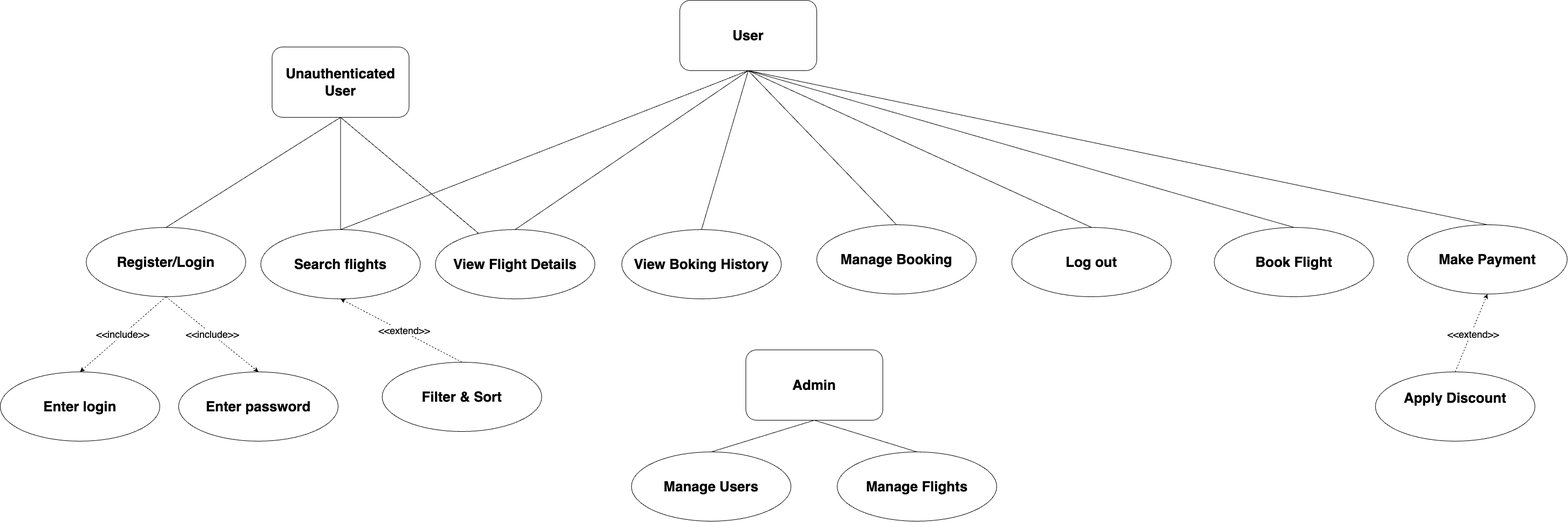
Before: UML/use-case.png, a diagram exported from draw.io (VPG1/AirLineTicketTracker). Source tidied: cells renumbered, new cells last; positions are measured from the earlier drawing's top-left corner, leaving out a move shared by most shapes.
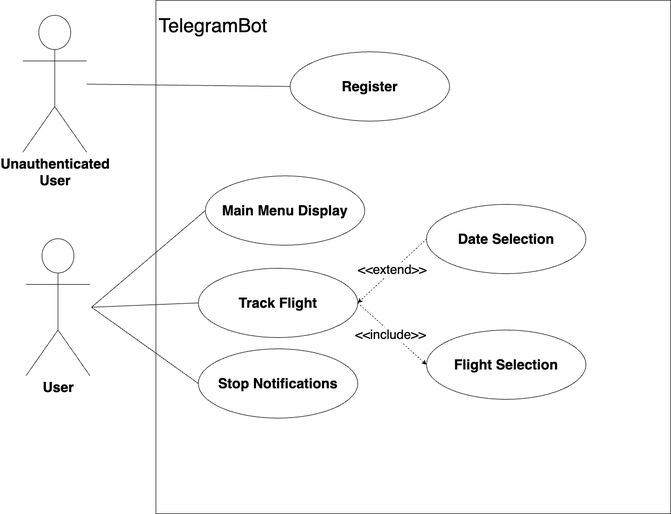
Above is the later version.

Change to the diagram source:
```diff
@@ -2,110 +2,65 @@
   <root>
     <mxCell id="0" />
     <mxCell id="1" parent="0" />
+    <mxCell id="16" style="endArrow=none;html=1;rounded=0;fontSize=12;startSize=8;endSize=8;curved=1;exitX=1;exitY=0.5;exitDx=0;exitDy=0;entryX=0;entryY=0.5;entryDx=0;entryDy=0;" parent="1" edge="1" target="11">
+      <mxGeometry relative="1" as="geometry">
+        <mxPoint x="564" y="581.5" as="sourcePoint" />
+      </mxGeometry>
+    </mxCell>
+    <mxCell id="17" style="endArrow=none;html=1;rounded=0;fontSize=12;startSize=8;endSize=8;curved=1;entryX=0;entryY=0.5;entryDx=0;entryDy=0;exitX=1;exitY=0.5;exitDx=0;exitDy=0;" parent="1" edge="1" target="12">
+      <mxGeometry relative="1" as="geometry">
+        <mxPoint x="564" y="581.5" as="sourcePoint" />
+      </mxGeometry>
+    </mxCell>
+    <mxCell id="19" style="endArrow=none;html=1;rounded=0;fontSize=12;startSize=8;endSize=8;curved=1;exitX=1;exitY=0.5;exitDx=0;exitDy=0;entryX=0;entryY=0.5;entryDx=0;entryDy=0;" parent="1" edge="1" target="14">
+      <mxGeometry relative="1" as="geometry">
+        <mxPoint x="564" y="581.5" as="sourcePoint" />
+      </mxGeometry>
+    </mxCell>
+    <mxCell id="22" style="endArrow=none;html=1;rounded=0;fontSize=12;startSize=8;endSize=8;curved=1;entryX=0;entryY=0.5;entryDx=0;entryDy=0;" parent="1" edge="1" source="2" target="21">
+      <mxGeometry relative="1" as="geometry" />
+    </mxCell>
-    <mxCell id="2" value="&lt;b&gt;&lt;font style=&quot;font-size: 26px;&quot;&gt;Unauthenticated User&lt;/font&gt;&lt;/b&gt;" style="rounded=1;whiteSpace=wrap;html=1;" parent="1" vertex="1">
-      <mxGeometry x="506" y="87" width="255" height="131" as="geometry" />
+    <mxCell id="2" value="&lt;b style=&quot;text-wrap-mode: wrap;&quot;&gt;&lt;font style=&quot;font-size: 26px;&quot;&gt;Unauthenticated User&lt;/font&gt;&lt;/b&gt;" style="shape=umlActor;verticalLabelPosition=bottom;verticalAlign=top;html=1;outlineConnect=0;" parent="1" vertex="1">
+      <mxGeometry x="436" y="38" width="119" height="255" as="geometry" />
     </mxCell>
-    <mxCell id="3" style="endArrow=none;html=1;rounded=0;fontSize=12;startSize=8;endSize=8;curved=1;exitX=0.5;exitY=1;exitDx=0;exitDy=0;" parent="1" edge="1" source="2" target="4">
-      <mxGeometry relative="1" as="geometry" />
-    </mxCell>
-    <mxCell id="4" value="&lt;font size=&quot;1&quot; style=&quot;&quot;&gt;&lt;b style=&quot;font-size: 26px;&quot;&gt;Search flights&lt;/b&gt;&lt;/font&gt;" style="ellipse;whiteSpace=wrap;html=1;" parent="1" vertex="1">
-      <mxGeometry x="485" y="427" width="297" height="129" as="geometry" />
-    </mxCell>
-    <mxCell id="5" value="&lt;font size=&quot;1&quot; style=&quot;&quot;&gt;&lt;b style=&quot;font-size: 26px;&quot;&gt;View Flight Details&lt;/b&gt;&lt;/font&gt;" style="ellipse;whiteSpace=wrap;html=1;" parent="1" vertex="1">
-      <mxGeometry x="810" y="427" width="297" height="129" as="geometry" />
-    </mxCell>
-    <mxCell id="6" value="&lt;span style=&quot;font-size: 26px;&quot;&gt;&lt;b&gt;User&lt;/b&gt;&lt;/span&gt;" style="rounded=1;whiteSpace=wrap;html=1;" parent="1" vertex="1">
-      <mxGeometry x="1265" width="255" height="131" as="geometry" />
+    <mxCell id="6" value="&lt;b style=&quot;text-wrap-mode: wrap;&quot;&gt;&lt;font style=&quot;font-size: 26px;&quot;&gt;User&lt;/font&gt;&lt;/b&gt;&lt;div&gt;&lt;b style=&quot;text-wrap-mode: wrap;&quot;&gt;&lt;font style=&quot;font-size: 26px;&quot;&gt;&lt;br&gt;&lt;/font&gt;&lt;/b&gt;&lt;/div&gt;" style="shape=umlActor;verticalLabelPosition=bottom;verticalAlign=top;html=1;outlineConnect=0;" parent="1" vertex="1">
+      <mxGeometry x="442" y="454" width="119" height="255" as="geometry" />
     </mxCell>
-    <mxCell id="7" value="&lt;b&gt;&lt;font style=&quot;font-size: 26px;&quot;&gt;Admin&lt;/font&gt;&lt;/b&gt;" style="rounded=1;whiteSpace=wrap;html=1;" parent="1" vertex="1">
-      <mxGeometry x="1388" y="651" width="255" height="131" as="geometry" />
-    </mxCell>
-    <mxCell id="8" style="endArrow=none;html=1;rounded=0;fontSize=12;startSize=8;endSize=8;curved=1;exitX=0.5;exitY=1;exitDx=0;exitDy=0;entryX=0.5;entryY=0;entryDx=0;entryDy=0;" parent="1" edge="1" source="6" target="4">
-      <mxGeometry relative="1" as="geometry" />
-    </mxCell>
-    <mxCell id="9" style="endArrow=none;html=1;rounded=0;fontSize=12;startSize=8;endSize=8;curved=1;exitX=0.5;exitY=1;exitDx=0;exitDy=0;" parent="1" edge="1" source="2" target="5">
-      <mxGeometry relative="1" as="geometry" />
-    </mxCell>
-    <mxCell id="10" style="endArrow=none;html=1;rounded=0;fontSize=12;startSize=8;endSize=8;curved=1;exitX=0.5;exitY=1;exitDx=0;exitDy=0;entryX=0.5;entryY=0;entryDx=0;entryDy=0;" parent="1" edge="1" source="6" target="5">
-      <mxGeometry relative="1" as="geometry" />
-    </mxCell>
+    <mxCell id="37" style="swimlane;startSize=0;" parent="1" vertex="1">
+      <mxGeometry x="684" y="10" width="959" height="956" as="geometry" />
+    </mxCell>
+    <mxCell id="21" value="&lt;span style=&quot;font-size: 26px;&quot;&gt;&lt;b&gt;Register&lt;/b&gt;&lt;/span&gt;" style="ellipse;whiteSpace=wrap;html=1;" parent="37" vertex="1">
+      <mxGeometry x="250" y="96" width="297" height="129" as="geometry" />
+    </mxCell>
-    <mxCell id="11" value="&lt;b style=&quot;&quot;&gt;&lt;font style=&quot;font-size: 26px;&quot;&gt;View Boking History&lt;/font&gt;&lt;/b&gt;" style="ellipse;whiteSpace=wrap;html=1;" parent="1" vertex="1">
-      <mxGeometry x="1157" y="427" width="297" height="129" as="geometry" />
+    <mxCell id="11" value="&lt;span style=&quot;font-size: 26px;&quot;&gt;&lt;b&gt;Main Menu Display&lt;/b&gt;&lt;/span&gt;" style="ellipse;whiteSpace=wrap;html=1;" parent="37" vertex="1">
+      <mxGeometry x="92" y="327" width="297" height="129" as="geometry" />
     </mxCell>
-    <mxCell id="12" value="&lt;b style=&quot;&quot;&gt;&lt;font style=&quot;font-size: 26px;&quot;&gt;Manage Booking&lt;/font&gt;&lt;/b&gt;" style="ellipse;whiteSpace=wrap;html=1;" parent="1" vertex="1">
-      <mxGeometry x="1520" y="418" width="297" height="129" as="geometry" />
+    <mxCell id="12" value="&lt;span style=&quot;font-size: 26px;&quot;&gt;&lt;b&gt;Track Flight&lt;/b&gt;&lt;/span&gt;" style="ellipse;whiteSpace=wrap;html=1;" parent="37" vertex="1">
+      <mxGeometry x="79" y="499" width="297" height="129" as="geometry" />
     </mxCell>
-    <mxCell id="13" value="&lt;b style=&quot;&quot;&gt;&lt;font style=&quot;font-size: 26px;&quot;&gt;Log out&lt;/font&gt;&lt;/b&gt;" style="ellipse;whiteSpace=wrap;html=1;" parent="1" vertex="1">
-      <mxGeometry x="1883" y="423" width="297" height="129" as="geometry" />
-    </mxCell>
-    <mxCell id="14" value="&lt;b style=&quot;&quot;&gt;&lt;font style=&quot;font-size: 26px;&quot;&gt;Book Flight&lt;/font&gt;&lt;/b&gt;" style="ellipse;whiteSpace=wrap;html=1;" parent="1" vertex="1">
-      <mxGeometry x="2260" y="423" width="297" height="129" as="geometry" />
+    <mxCell id="14" value="&lt;span style=&quot;font-size: 26px;&quot;&gt;&lt;b&gt;Stop Notifications&lt;/b&gt;&lt;/span&gt;" style="ellipse;whiteSpace=wrap;html=1;" parent="37" vertex="1">
+      <mxGeometry x="79" y="649" width="297" height="129" as="geometry" />
     </mxCell>
-    <mxCell id="15" value="&lt;font style=&quot;font-size: 26px;&quot;&gt;&lt;b style=&quot;&quot;&gt;&lt;font style=&quot;font-size: 26px;&quot;&gt;Make &lt;/font&gt;&lt;/b&gt;&lt;b style=&quot;&quot;&gt;Payment&lt;/b&gt;&lt;/font&gt;" style="ellipse;whiteSpace=wrap;html=1;" parent="1" vertex="1">
-      <mxGeometry x="2620" y="418" width="297" height="129" as="geometry" />
-    </mxCell>
-    <mxCell id="16" style="endArrow=none;html=1;rounded=0;fontSize=12;startSize=8;endSize=8;curved=1;exitX=0.5;exitY=1;exitDx=0;exitDy=0;entryX=0.5;entryY=0;entryDx=0;entryDy=0;" parent="1" edge="1" source="6" target="11">
-      <mxGeometry relative="1" as="geometry" />
-    </mxCell>
-    <mxCell id="17" style="endArrow=none;html=1;rounded=0;fontSize=12;startSize=8;endSize=8;curved=1;exitX=0.5;exitY=1;exitDx=0;exitDy=0;entryX=0.5;entryY=0;entryDx=0;entryDy=0;" parent="1" edge="1" source="6" target="12">
-      <mxGeometry relative="1" as="geometry" />
-    </mxCell>
-    <mxCell id="18" style="endArrow=none;html=1;rounded=0;fontSize=12;startSize=8;endSize=8;curved=1;exitX=0.5;exitY=1;exitDx=0;exitDy=0;entryX=0.5;entryY=0;entryDx=0;entryDy=0;" parent="1" edge="1" source="6" target="13">
-      <mxGeometry relative="1" as="geometry" />
-    </mxCell>
-    <mxCell id="19" style="endArrow=none;html=1;rounded=0;fontSize=12;startSize=8;endSize=8;curved=1;exitX=0.5;exitY=1;exitDx=0;exitDy=0;entryX=0.5;entryY=0;entryDx=0;entryDy=0;" parent="1" edge="1" source="6" target="14">
-      <mxGeometry relative="1" as="geometry" />
-    </mxCell>
-    <mxCell id="20" style="endArrow=none;html=1;rounded=0;fontSize=12;startSize=8;endSize=8;curved=1;exitX=0.5;exitY=1;exitDx=0;exitDy=0;entryX=0.5;entryY=0;entryDx=0;entryDy=0;" parent="1" edge="1" source="6" target="15">
-      <mxGeometry relative="1" as="geometry" />
-    </mxCell>
-    <mxCell id="21" value="&lt;b style=&quot;&quot;&gt;&lt;font style=&quot;font-size: 26px;&quot;&gt;Register/Login&lt;/font&gt;&lt;/b&gt;" style="ellipse;whiteSpace=wrap;html=1;" parent="1" vertex="1">
-      <mxGeometry x="160" y="423" width="297" height="129" as="geometry" />
-    </mxCell>
-    <mxCell id="22" style="endArrow=none;html=1;rounded=0;fontSize=12;startSize=8;endSize=8;curved=1;exitX=0.5;exitY=1;exitDx=0;exitDy=0;entryX=0.5;entryY=0;entryDx=0;entryDy=0;" parent="1" edge="1" source="2" target="21">
-      <mxGeometry relative="1" as="geometry" />
-    </mxCell>
-    <mxCell id="23" style="endArrow=none;html=1;rounded=0;fontSize=12;startSize=8;endSize=8;curved=1;exitX=0.5;exitY=1;exitDx=0;exitDy=0;entryX=0.5;entryY=0;entryDx=0;entryDy=0;" parent="1" edge="1" source="7" target="25">
-      <mxGeometry relative="1" as="geometry" />
-    </mxCell>
-    <mxCell id="24" style="endArrow=none;html=1;rounded=0;fontSize=12;startSize=8;endSize=8;curved=1;exitX=0.5;exitY=1;exitDx=0;exitDy=0;entryX=0.5;entryY=0;entryDx=0;entryDy=0;" parent="1" edge="1" source="7" target="26">
-      <mxGeometry relative="1" as="geometry" />
-    </mxCell>
-    <mxCell id="25" value="&lt;span style=&quot;font-size: 26px;&quot;&gt;&lt;b&gt;Manage Users&lt;/b&gt;&lt;/span&gt;" style="ellipse;whiteSpace=wrap;html=1;" parent="1" vertex="1">
-      <mxGeometry x="1175" y="841" width="297" height="129" as="geometry" />
-    </mxCell>
-    <mxCell id="26" value="&lt;font size=&quot;1&quot; style=&quot;&quot;&gt;&lt;b style=&quot;font-size: 26px;&quot;&gt;Manage Flights&lt;/b&gt;&lt;/font&gt;" style="ellipse;whiteSpace=wrap;html=1;" parent="1" vertex="1">
-      <mxGeometry x="1558" y="841" width="297" height="129" as="geometry" />
-    </mxCell>
-    <mxCell id="27" value="&lt;span style=&quot;font-size: 26px;&quot;&gt;&lt;b&gt;Enter password&lt;/b&gt;&lt;/span&gt;" style="ellipse;whiteSpace=wrap;html=1;" parent="1" vertex="1">
-      <mxGeometry x="332" y="692" width="297" height="129" as="geometry" />
-    </mxCell>
-    <mxCell id="28" value="&lt;font style=&quot;font-size: 18px;&quot;&gt;&amp;lt;&amp;lt;include&amp;gt;&amp;gt;&lt;/font&gt;" style="endArrow=classic;dashed=1;html=1;rounded=0;exitX=0.5;exitY=1;exitDx=0;exitDy=0;entryX=0.5;entryY=0;entryDx=0;entryDy=0;" parent="1" edge="1" source="21" target="27">
-      <mxGeometry relative="1" as="geometry" />
-    </mxCell>
-    <mxCell id="29" value="&lt;span style=&quot;font-size: 26px;&quot;&gt;&lt;b&gt;Enter login&lt;/b&gt;&lt;/span&gt;" style="ellipse;whiteSpace=wrap;html=1;" parent="1" vertex="1">
-      <mxGeometry y="692" width="297" height="129" as="geometry" />
-    </mxCell>
-    <mxCell id="30" value="&lt;font style=&quot;font-size: 18px;&quot;&gt;&amp;lt;&amp;lt;include&amp;gt;&amp;gt;&lt;/font&gt;" style="endArrow=classic;dashed=1;html=1;rounded=0;exitX=0.5;exitY=1;exitDx=0;exitDy=0;entryX=0.5;entryY=0;entryDx=0;entryDy=0;" parent="1" edge="1" source="21" target="29">
-      <mxGeometry relative="1" as="geometry" />
-    </mxCell>
+    <mxCell id="33" value="&lt;div&gt;&lt;span style=&quot;font-size: 26px;&quot;&gt;&lt;b&gt;Date Selection&lt;/b&gt;&lt;/span&gt;&lt;/div&gt;" style="ellipse;whiteSpace=wrap;html=1;" parent="37" vertex="1">
+      <mxGeometry x="504" y="380" width="297" height="129" as="geometry" />
+    </mxCell>
-    <mxCell id="31" style="endArrow=classic;dashed=1;html=1;rounded=0;entryX=0.5;entryY=1;entryDx=0;entryDy=0;exitX=0.5;exitY=0;exitDx=0;exitDy=0;" parent="1" edge="1" source="33" target="15">
+    <mxCell id="31" style="endArrow=classic;dashed=1;html=1;rounded=0;entryX=1;entryY=0.5;entryDx=0;entryDy=0;exitX=0;exitY=0.5;exitDx=0;exitDy=0;" parent="37" edge="1" source="33" target="12">
       <mxGeometry relative="1" as="geometry" />
     </mxCell>
-    <mxCell id="32" value="&lt;font style=&quot;font-size: 18px;&quot;&gt;&amp;lt;&amp;lt;extend&amp;gt;&amp;gt;&lt;/font&gt;" style="edgeLabel;html=1;align=center;verticalAlign=middle;" parent="31" vertex="1">
+    <mxCell id="32" value="&lt;font style=&quot;font-size: 24px;&quot;&gt;&amp;lt;&amp;lt;extend&amp;gt;&amp;gt;&lt;/font&gt;" style="edgeLabel;html=1;align=center;verticalAlign=middle;" parent="31" vertex="1">
       <mxGeometry x="-0.02" y="-3" relative="1" as="geometry" />
     </mxCell>
-    <mxCell id="33" value="&lt;span style=&quot;font-size: 26px;&quot;&gt;&lt;b&gt;Apply Discount&lt;/b&gt;&lt;/span&gt;&lt;div&gt;&lt;span style=&quot;font-size: 26px;&quot;&gt;&lt;b&gt;&lt;br&gt;&lt;/b&gt;&lt;/span&gt;&lt;/div&gt;" style="ellipse;whiteSpace=wrap;html=1;" parent="1" vertex="1">
-      <mxGeometry x="2560" y="692" width="297" height="129" as="geometry" />
-    </mxCell>
+    <mxCell id="36" value="&lt;span style=&quot;font-size: 26px;&quot;&gt;&lt;b&gt;Flight Selection&lt;/b&gt;&lt;/span&gt;" style="ellipse;whiteSpace=wrap;html=1;" parent="37" vertex="1">
+      <mxGeometry x="504" y="614" width="297" height="129" as="geometry" />
+    </mxCell>
-    <mxCell id="34" style="endArrow=classic;dashed=1;html=1;rounded=0;exitX=0.5;exitY=0;exitDx=0;exitDy=0;entryX=0.5;entryY=1;entryDx=0;entryDy=0;" parent="1" edge="1" source="36" target="4">
+    <mxCell id="34" style="endArrow=classic;dashed=1;html=1;rounded=0;exitX=1;exitY=0.5;exitDx=0;exitDy=0;entryX=0;entryY=0.5;entryDx=0;entryDy=0;" parent="37" edge="1" source="12" target="36">
       <mxGeometry relative="1" as="geometry" />
     </mxCell>
-    <mxCell id="35" value="&lt;font style=&quot;font-size: 18px;&quot;&gt;&amp;lt;&amp;lt;extend&amp;gt;&amp;gt;&lt;/font&gt;" style="edgeLabel;html=1;align=center;verticalAlign=middle;" parent="34" vertex="1">
+    <mxCell id="35" value="&lt;font style=&quot;font-size: 24px;&quot;&gt;&amp;lt;&amp;lt;include&lt;/font&gt;&lt;span style=&quot;font-size: 24px;&quot;&gt;&amp;gt;&amp;gt;&lt;/span&gt;" style="edgeLabel;html=1;align=center;verticalAlign=middle;" parent="34" vertex="1">
       <mxGeometry x="-0.02" y="-3" relative="1" as="geometry" />
     </mxCell>
-    <mxCell id="36" value="&lt;b style=&quot;&quot;&gt;&lt;font style=&quot;font-size: 26px;&quot;&gt;Filter &amp;amp; Sort&lt;/font&gt;&lt;/b&gt;" style="ellipse;whiteSpace=wrap;html=1;" parent="1" vertex="1">
-      <mxGeometry x="711" y="674" width="297" height="129" as="geometry" />
-    </mxCell>
+    <mxCell id="38" value="&lt;font style=&quot;font-size: 36px;&quot;&gt;TelegramBot&lt;/font&gt;" style="text;html=1;align=center;verticalAlign=middle;strokeColor=none;fillColor=none;" parent="1" vertex="1">
+      <mxGeometry x="680" y="29" width="220" height="55" as="geometry" />
+    </mxCell>
   </root>
 </mxGraphModel>
```
